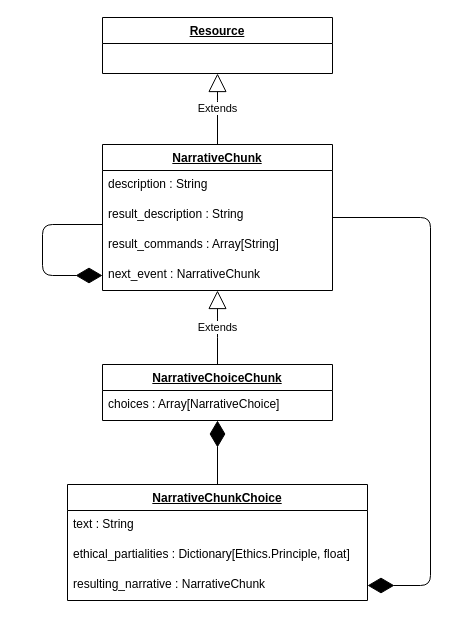
The draw.io diagram page "CLASS" (1 of 2) of src/@uml/choice-events.drawio in NobleMetalLabs/project-hammer, before the edit. Source tidied: cells renumbered, new cells numbered last; positions are measured from the earlier drawing's top-left corner, leaving out a move shared by most shapes. Both pictures are drawn from the tidied source at 100%, with x=0, y=0 at pixel (42, 17).
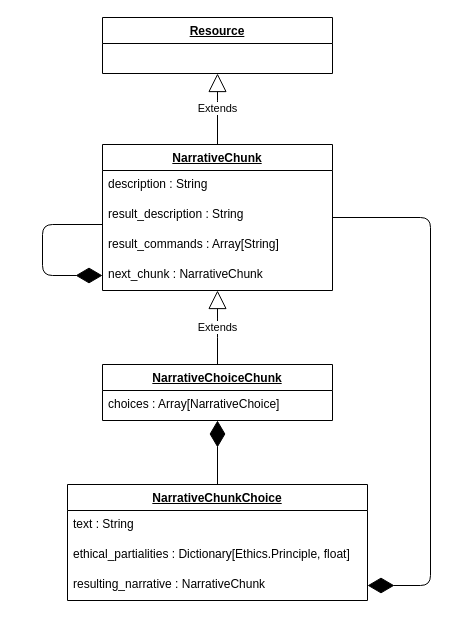
Above is the later version.

Unchanged cells that the change refers to:
```xml
<mxCell id="12" value="NarrativeChunk" style="swimlane;fontStyle=5;align=center;verticalAlign=top;horizontal=1;startSize=26;whiteSpace=wrap;html=1;" parent="1" vertex="1">
  <mxGeometry x="60" y="127" width="230" height="146" as="geometry" />
</mxCell>
```

Change to the diagram source:
```diff
@@
-    <mxCell id="16" value="next_event : NarrativeChunk" style="text;strokeColor=none;fillColor=none;align=left;verticalAlign=top;spacingLeft=4;spacingRight=4;overflow=hidden;points=[[0,0.5],[1,0.5]];portConstraint=eastwest;whiteSpace=wrap;html=1;" parent="12" vertex="1">
+    <mxCell id="16" value="next_chunk : NarrativeChunk" style="text;strokeColor=none;fillColor=none;align=left;verticalAlign=top;spacingLeft=4;spacingRight=4;overflow=hidden;points=[[0,0.5],[1,0.5]];portConstraint=eastwest;whiteSpace=wrap;html=1;" parent="12" vertex="1">
       <mxGeometry y="116" width="230" height="30" as="geometry" />
     </mxCell>
```
